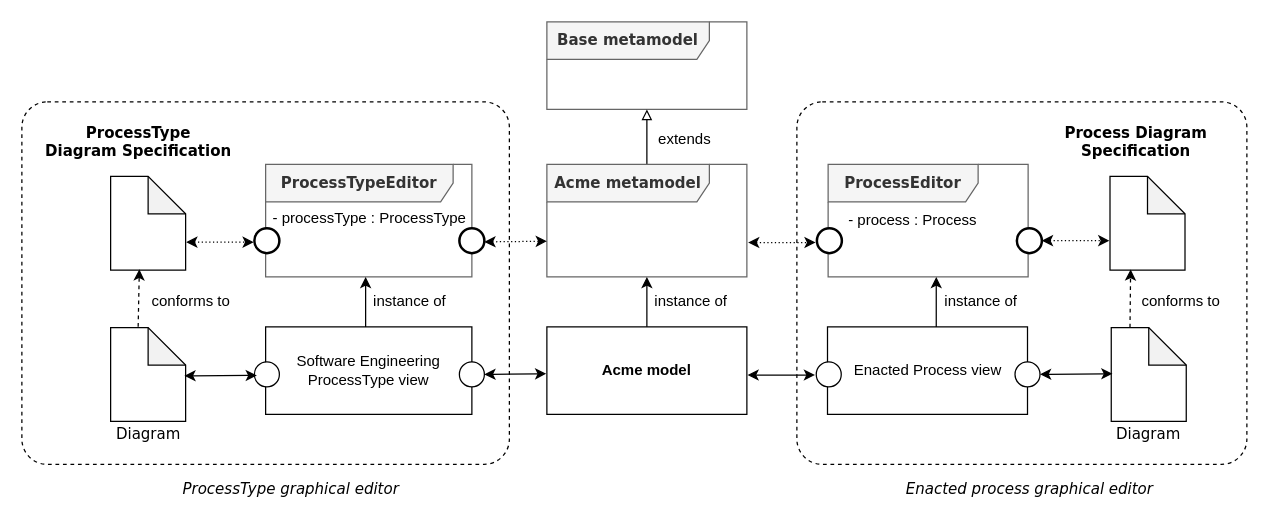
Before: Figures/ToolingArchitecture.drawio in labsticc-p4s/multi-process-challenge, a draw.io diagram. Source tidied: cells renumbered, new cells numbered last; positions are measured from the earlier drawing's top-left corner, leaving out a move shared by most shapes. Both pictures are drawn from the tidied source at 125%, with x=0, y=0 at pixel (21, 21).
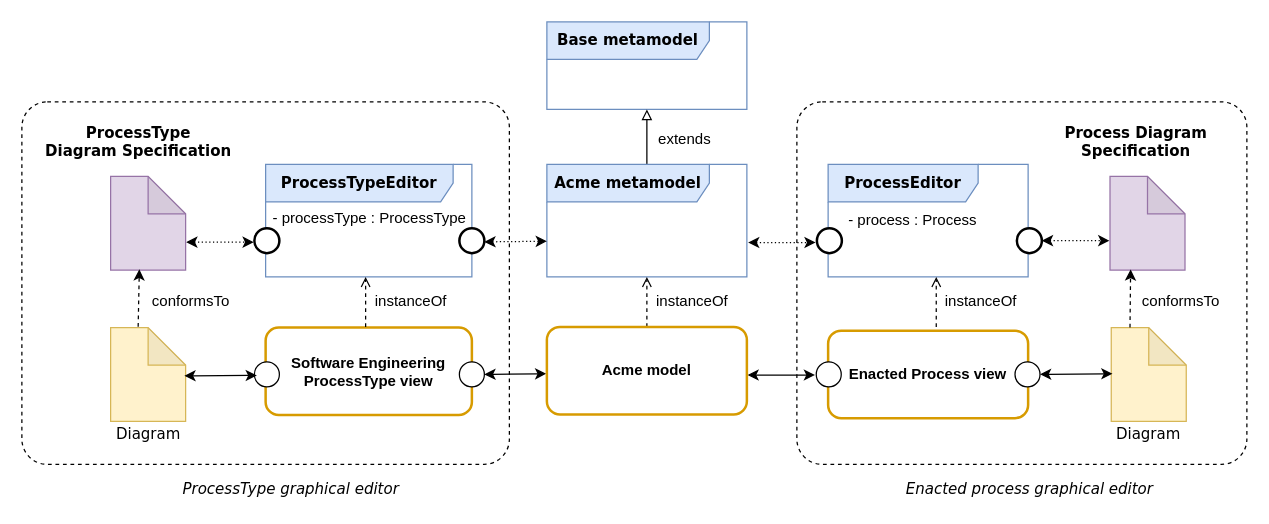
The same diagram, later.

What changed in the source:
```diff
@@
+    <mxCell id="23" value="&lt;div&gt;&lt;b&gt;Enacted Process view&lt;br&gt;&lt;/b&gt;&lt;/div&gt;" style="rounded=1;whiteSpace=wrap;html=1;fillColor=none;strokeColor=#d79b00;strokeWidth=2;" parent="1" vertex="1">
+      <mxGeometry x="645" y="247" width="160" height="70" as="geometry" />
+    </mxCell>
@@
+    <mxCell id="17" value="&lt;div&gt;&lt;b&gt;Software Engineering&lt;/b&gt;&lt;/div&gt;&lt;div&gt;&lt;b&gt;ProcessType view&lt;br&gt;&lt;/b&gt;&lt;/div&gt;" style="rounded=1;whiteSpace=wrap;html=1;fillColor=none;strokeColor=#d79b00;strokeWidth=2;" parent="1" vertex="1">
+      <mxGeometry x="195" y="244.5" width="165" height="70" as="geometry" />
+    </mxCell>
+    <mxCell id="49" style="rounded=1;whiteSpace=wrap;html=1;fillColor=none;arcSize=7;dashed=1;" parent="1" vertex="1">
+      <mxGeometry x="620" y="64" width="360" height="290" as="geometry" />
+    </mxCell>
-    <mxCell id="3" value="&lt;b&gt;&lt;font style=&quot;font-size: 12px&quot;&gt;Base metamodel&lt;/font&gt;&lt;/b&gt;" style="shape=umlFrame;whiteSpace=wrap;html=1;rounded=0;shadow=0;comic=0;labelBackgroundColor=none;strokeWidth=1;fontFamily=Verdana;fontSize=10;align=center;width=130;height=30;fillColor=#f5f5f5;strokeColor=#666666;fontColor=#333333;" parent="1" vertex="1">
+    <mxCell id="3" value="&lt;b&gt;&lt;font style=&quot;font-size: 12px&quot;&gt;Base metamodel&lt;/font&gt;&lt;/b&gt;" style="shape=umlFrame;whiteSpace=wrap;html=1;rounded=0;shadow=0;comic=0;labelBackgroundColor=none;strokeWidth=1;fontFamily=Verdana;fontSize=10;align=center;width=130;height=30;fillColor=#dae8fc;strokeColor=#6c8ebf;" parent="1" vertex="1">
       <mxGeometry x="420" width="160" height="70" as="geometry" />
     </mxCell>
-    <mxCell id="4" value="&lt;b&gt;&lt;font style=&quot;font-size: 12px&quot;&gt;ProcessEditor&lt;/font&gt;&lt;/b&gt;" style="shape=umlFrame;whiteSpace=wrap;html=1;rounded=0;shadow=0;comic=0;labelBackgroundColor=none;strokeWidth=1;fontFamily=Verdana;fontSize=10;align=center;width=120;height=30;fillColor=#f5f5f5;strokeColor=#666666;fontColor=#333333;" parent="1" vertex="1">
+    <mxCell id="4" value="&lt;b&gt;&lt;font style=&quot;font-size: 12px&quot;&gt;ProcessEditor&lt;/font&gt;&lt;/b&gt;" style="shape=umlFrame;whiteSpace=wrap;html=1;rounded=0;shadow=0;comic=0;labelBackgroundColor=none;strokeWidth=1;fontFamily=Verdana;fontSize=10;align=center;width=120;height=30;fillColor=#dae8fc;strokeColor=#6c8ebf;" parent="1" vertex="1">
       <mxGeometry x="645" y="114" width="160" height="90" as="geometry" />
     </mxCell>
@@
-    <mxCell id="6" value="&lt;b&gt;&lt;font style=&quot;font-size: 12px&quot;&gt;Acme metamodel&lt;/font&gt;&lt;/b&gt;" style="shape=umlFrame;whiteSpace=wrap;html=1;rounded=0;shadow=0;comic=0;labelBackgroundColor=none;strokeWidth=1;fontFamily=Verdana;fontSize=10;align=center;width=130;height=30;fillColor=#f5f5f5;strokeColor=#666666;fontColor=#333333;" parent="1" vertex="1">
+    <mxCell id="6" value="&lt;b&gt;&lt;font style=&quot;font-size: 12px&quot;&gt;Acme metamodel&lt;/font&gt;&lt;/b&gt;" style="shape=umlFrame;whiteSpace=wrap;html=1;rounded=0;shadow=0;comic=0;labelBackgroundColor=none;strokeWidth=1;fontFamily=Verdana;fontSize=10;align=center;width=130;height=30;fillColor=#dae8fc;strokeColor=#6c8ebf;" parent="1" vertex="1">
       <mxGeometry x="420" y="114" width="160" height="90" as="geometry" />
     </mxCell>
-    <mxCell id="7" style="rounded=0;jettySize=auto;html=1;" parent="1" edge="1" source="11" target="6">
-      <mxGeometry relative="1" as="geometry" />
+    <mxCell id="7" style="rounded=0;jettySize=auto;html=1;dashed=1;endArrow=open;endFill=0;" parent="1" edge="1" target="6">
+      <mxGeometry relative="1" as="geometry">
+        <mxPoint x="500" y="244" as="sourcePoint" />
+      </mxGeometry>
     </mxCell>
@@
-    <mxCell id="9" value="&lt;b&gt;&lt;font style=&quot;font-size: 12px&quot;&gt;ProcessTypeEditor&lt;/font&gt;&lt;/b&gt;" style="shape=umlFrame;whiteSpace=wrap;html=1;rounded=0;shadow=0;comic=0;labelBackgroundColor=none;strokeWidth=1;fontFamily=Verdana;fontSize=10;align=center;width=150;height=30;fillColor=#f5f5f5;strokeColor=#666666;fontColor=#333333;" parent="1" vertex="1">
+    <mxCell id="9" value="&lt;b&gt;&lt;font style=&quot;font-size: 12px&quot;&gt;ProcessTypeEditor&lt;/font&gt;&lt;/b&gt;" style="shape=umlFrame;whiteSpace=wrap;html=1;rounded=0;shadow=0;comic=0;labelBackgroundColor=none;strokeWidth=1;fontFamily=Verdana;fontSize=10;align=center;width=150;height=30;fillColor=#dae8fc;strokeColor=#6c8ebf;" parent="1" vertex="1">
       <mxGeometry x="195" y="114" width="165" height="90" as="geometry" />
     </mxCell>
@@
-    <mxCell id="11" value="&lt;b&gt;Acme model&lt;/b&gt;" style="rounded=0;whiteSpace=wrap;html=1;align=center;" parent="1" vertex="1">
-      <mxGeometry x="420" y="244" width="160" height="70" as="geometry" />
-    </mxCell>
-    <mxCell id="12" style="shape=note;whiteSpace=wrap;html=1;backgroundOutline=1;darkOpacity=0.05;align=center;" parent="1" vertex="1">
+    <mxCell id="12" style="shape=note;whiteSpace=wrap;html=1;backgroundOutline=1;darkOpacity=0.05;align=center;fillColor=#e1d5e7;strokeColor=#9673a6;" parent="1" vertex="1">
       <mxGeometry x="71" y="123.5" width="60" height="75" as="geometry" />
     </mxCell>
@@
-    <mxCell id="14" value="instance of" style="text;html=1;align=center;verticalAlign=middle;strokeColor=none;" parent="1" vertex="1">
-      <mxGeometry x="500" y="214" width="70" height="20" as="geometry" />
+    <mxCell id="14" value="instanceOf" style="text;html=1;align=center;verticalAlign=middle;strokeColor=none;" parent="1" vertex="1">
+      <mxGeometry x="501" y="214" width="70" height="20" as="geometry" />
     </mxCell>
-    <mxCell id="15" style="shape=note;whiteSpace=wrap;html=1;backgroundOutline=1;darkOpacity=0.05;align=center;" parent="1" vertex="1">
+    <mxCell id="15" style="shape=note;whiteSpace=wrap;html=1;backgroundOutline=1;darkOpacity=0.05;align=center;fillColor=#fff2cc;strokeColor=#d6b656;" parent="1" vertex="1">
       <mxGeometry x="71" y="244.5" width="60" height="75" as="geometry" />
     </mxCell>
@@
-    <mxCell id="17" value="Software Engineering ProcessType view" style="rounded=0;whiteSpace=wrap;html=1;align=center;" parent="1" vertex="1">
-      <mxGeometry x="195" y="244" width="165" height="70" as="geometry" />
-    </mxCell>
@@
-    <mxCell id="23" value="Enacted Process view" style="rounded=0;whiteSpace=wrap;html=1;align=center;" parent="1" vertex="1">
-      <mxGeometry x="644.5" y="244" width="160" height="70" as="geometry" />
-    </mxCell>
@@
-    <mxCell id="27" value="conforms to" style="text;html=1;align=center;verticalAlign=middle;strokeColor=none;" parent="1" vertex="1">
+    <mxCell id="27" value="&lt;div&gt;conformsTo&lt;/div&gt;" style="text;html=1;align=center;verticalAlign=middle;strokeColor=none;" parent="1" vertex="1">
       <mxGeometry x="95" y="214" width="80" height="20" as="geometry" />
     </mxCell>
-    <mxCell id="28" style="shape=note;whiteSpace=wrap;html=1;backgroundOutline=1;darkOpacity=0.05;align=center;" parent="1" vertex="1">
+    <mxCell id="28" style="shape=note;whiteSpace=wrap;html=1;backgroundOutline=1;darkOpacity=0.05;align=center;fillColor=#e1d5e7;strokeColor=#9673a6;" parent="1" vertex="1">
       <mxGeometry x="870.5" y="123.5" width="60" height="75" as="geometry" />
     </mxCell>
@@
-    <mxCell id="30" style="shape=note;whiteSpace=wrap;html=1;backgroundOutline=1;darkOpacity=0.05;align=center;" parent="1" vertex="1">
+    <mxCell id="30" style="shape=note;whiteSpace=wrap;html=1;backgroundOutline=1;darkOpacity=0.05;align=center;fillColor=#fff2cc;strokeColor=#d6b656;" parent="1" vertex="1">
       <mxGeometry x="871.5" y="244.5" width="60" height="75" as="geometry" />
     </mxCell>
@@
-    <mxCell id="33" value="conforms to" style="text;html=1;align=center;verticalAlign=middle;strokeColor=none;" parent="1" vertex="1">
+    <mxCell id="33" value="conformsTo" style="text;html=1;align=center;verticalAlign=middle;strokeColor=none;" parent="1" vertex="1">
       <mxGeometry x="886.5" y="214" width="80" height="20" as="geometry" />
     </mxCell>
@@
-    <mxCell id="38" style="rounded=0;orthogonalLoop=1;jettySize=auto;html=1;" parent="1" edge="1">
+    <mxCell id="38" style="rounded=0;orthogonalLoop=1;jettySize=auto;html=1;dashed=1;endArrow=open;endFill=0;" parent="1" edge="1">
       <mxGeometry relative="1" as="geometry">
         <mxPoint x="275" y="244" as="sourcePoint" />
         <mxPoint x="275" y="204" as="targetPoint" />
       </mxGeometry>
     </mxCell>
-    <mxCell id="39" value="instance of" style="text;html=1;align=center;verticalAlign=middle;strokeColor=none;" parent="1" vertex="1">
-      <mxGeometry x="275" y="214" width="70" height="20" as="geometry" />
+    <mxCell id="39" value="&lt;div&gt;instanceOf&lt;/div&gt;" style="text;html=1;align=center;verticalAlign=middle;strokeColor=none;" parent="1" vertex="1">
+      <mxGeometry x="276" y="214" width="70" height="20" as="geometry" />
     </mxCell>
-    <mxCell id="40" style="rounded=0;orthogonalLoop=1;jettySize=auto;html=1;" parent="1" edge="1">
+    <mxCell id="40" style="rounded=0;orthogonalLoop=1;jettySize=auto;html=1;endArrow=open;endFill=0;dashed=1;" parent="1" edge="1">
       <mxGeometry relative="1" as="geometry">
         <mxPoint x="731.5" y="244" as="sourcePoint" />
         <mxPoint x="731.5" y="204" as="targetPoint" />
       </mxGeometry>
     </mxCell>
-    <mxCell id="41" value="instance of" style="text;html=1;align=center;verticalAlign=middle;strokeColor=none;" parent="1" vertex="1">
+    <mxCell id="41" value="instanceOf" style="text;html=1;align=center;verticalAlign=middle;strokeColor=none;" parent="1" vertex="1">
       <mxGeometry x="731.5" y="214" width="70" height="20" as="geometry" />
     </mxCell>
@@
-    <mxCell id="49" style="rounded=1;whiteSpace=wrap;html=1;fillColor=none;arcSize=7;dashed=1;" parent="1" vertex="1">
-      <mxGeometry x="620" y="64" width="360" height="290" as="geometry" />
-    </mxCell>
@@
+    <mxCell id="11" value="&lt;b&gt;Acme model&lt;/b&gt;" style="rounded=1;whiteSpace=wrap;html=1;fillColor=none;strokeColor=#d79b00;strokeWidth=2;" parent="1" vertex="1">
+      <mxGeometry x="420" y="244" width="160" height="70" as="geometry" />
+    </mxCell>
```
